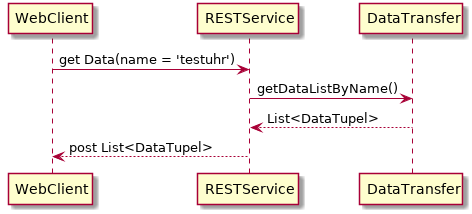
Before: docs/uml/sequence_data_access.png, a diagram exported from PlantUML (gnomengineer/ClockPendelumAnalyzer). Source of this version:
```plantuml
@startuml

WebClient -> RESTService : get Data(name = 'testuhr')
RESTService -> DataTransfer : getDataListByName()
RESTService <-- DataTransfer : List<DataTupel>
WebClient <-- RESTService : post List<DataTupel>

@enduml
```
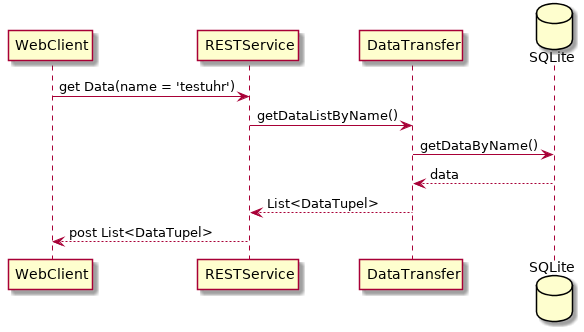
Later version of the same file.

Commit message:
added missing participants for the sequence diagrams

What changed in the source:
```diff
@@ -1,8 +1,15 @@
 @startuml
 
-WebClient -> RESTService : get Data(name = 'testuhr')
-RESTService -> DataTransfer : getDataListByName()
-RESTService <-- DataTransfer : List<DataTupel>
-WebClient <-- RESTService : post List<DataTupel>
+participant WebClient as web
+participant RESTService as rest
+participant DataTransfer as dt
+database SQLite as sql
+
+web -> rest : get Data(name = 'testuhr')
+rest -> dt : getDataListByName()
+dt -> sql : getDataByName()
+dt <-- sql : data
+rest <-- dt : List<DataTupel>
+web <-- rest : post List<DataTupel>
 
 @enduml
```
